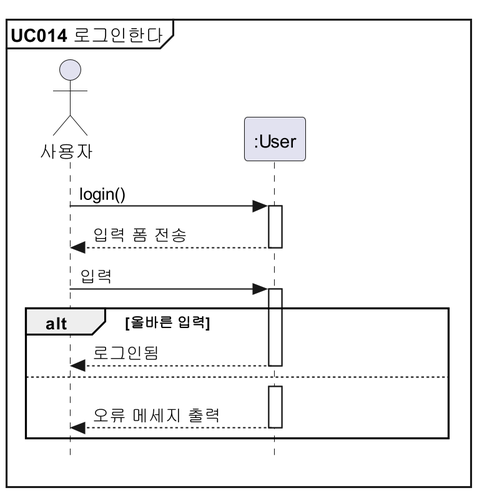
Earlier version of the PlantUML export docs/설계명세서/images/seq_diag/uc014.png (parkchamchi/SoftwareEngineering2023).
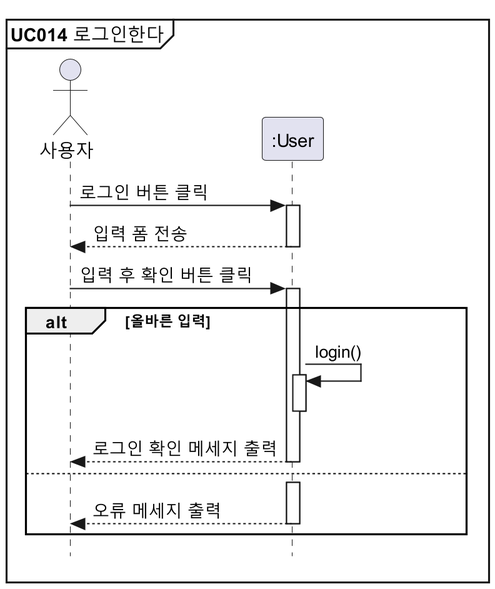
Later version of the same file.

What changed in the source:
```diff
@@ -6,12 +6,14 @@
 actor 사용자
 participant ":User" as User
 
-사용자 -> User : login()
+사용자 -> User : 로그인 버튼 클릭
 User --> 사용자 : 입력 폼 전송
 
-사용자 -> User : 입력
+사용자 -> User : 입력 후 확인 버튼 클릭
 alt 올바른 입력
-	User --> 사용자 : 로그인됨
+	User -> User : login()
+	deactivate User
+	User --> 사용자 : 로그인 확인 메세지 출력
 else
 	사용자 -[hidden]> User
 	User --> 사용자 : 오류 메세지 출력
```
